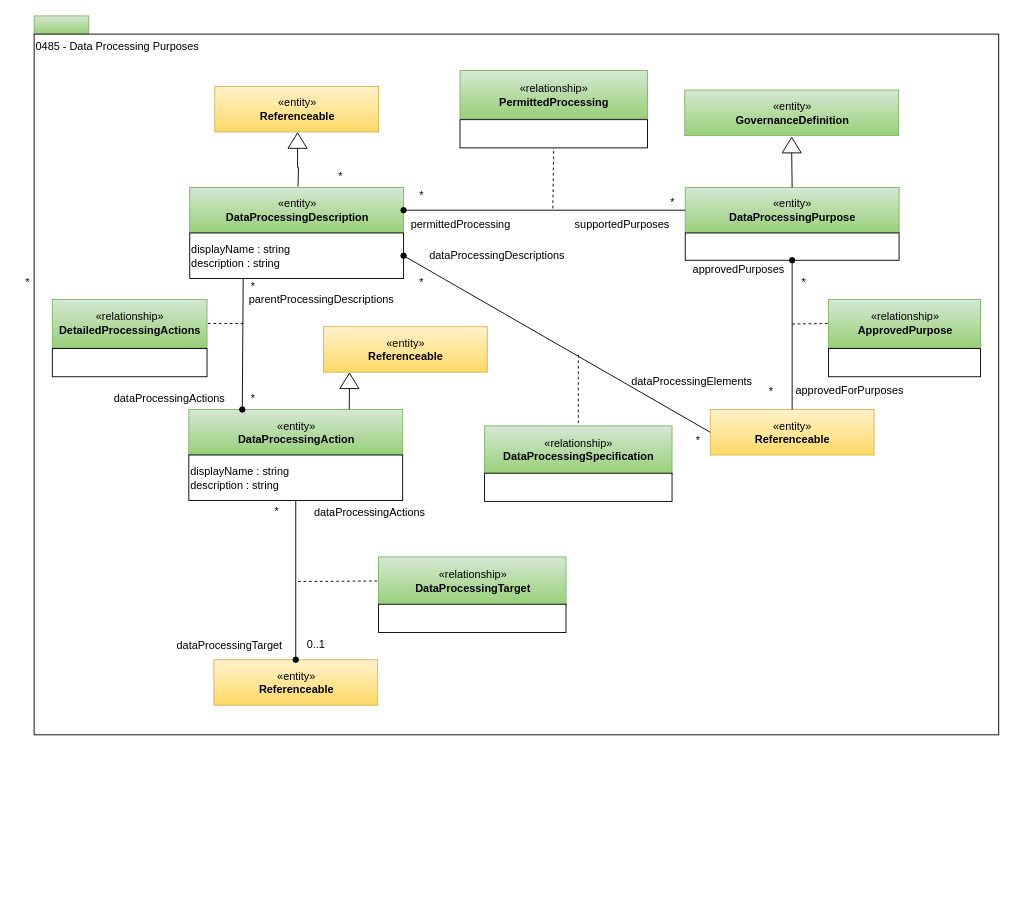
The draw.io diagram page "0485-Data-Processing-Purposes" (32 of 32) of site/docs/types/4/area-4-governance.drawio in odpi/egeria-docs, before the edit. Source tidied: cells renumbered, new cells numbered last; positions are measured from the earlier drawing's top-left corner, leaving out a move shared by most shapes. Both pictures are drawn from the tidied source at 91%, with x=0, y=0 at pixel (15, 15).
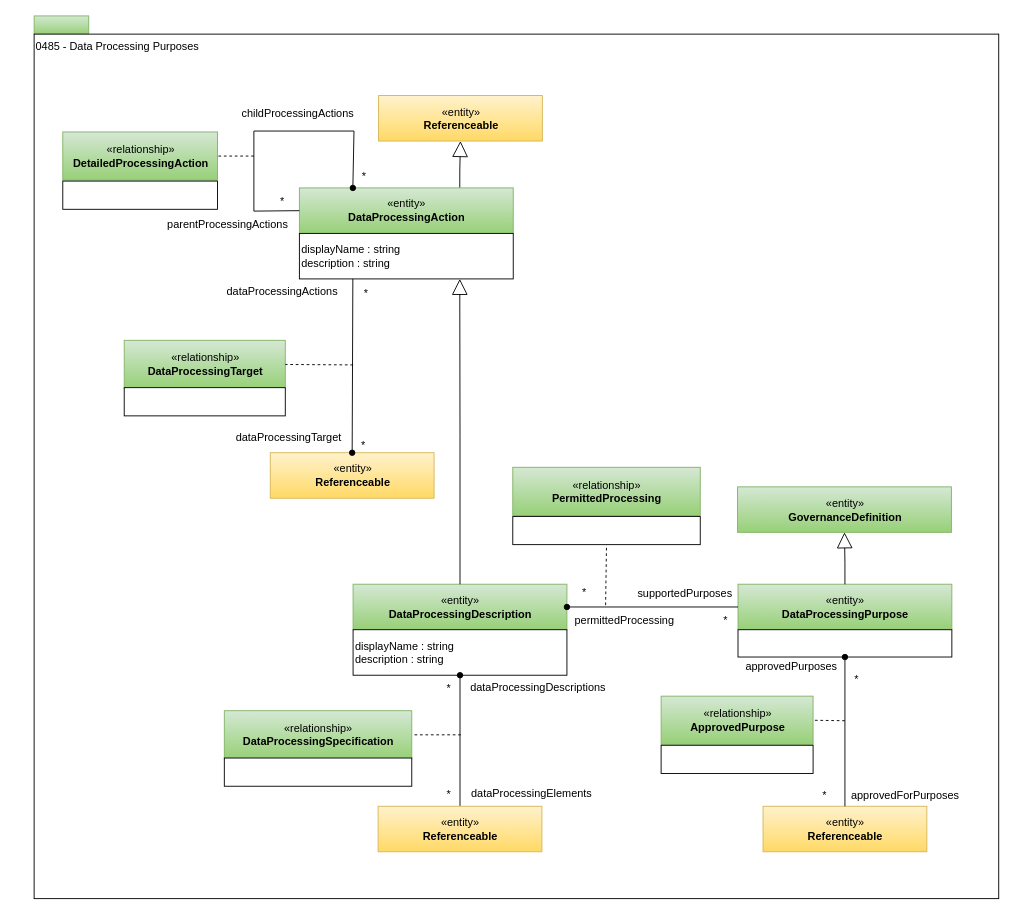
The same page after the edit.

Diff of the diagram source:
```diff
@@
     <mxCell id="3" value="0485 - Data Processing Purposes" style="rounded=0;whiteSpace=wrap;html=1;align=left;verticalAlign=top;" parent="1" vertex="1">
-      <mxGeometry x="20" y="20" width="1060" height="770" as="geometry" />
+      <mxGeometry x="20" y="20" width="1060" height="950" as="geometry" />
     </mxCell>
+    <mxCell id="63" style="edgeStyle=orthogonalEdgeStyle;rounded=0;jettySize=auto;html=1;exitX=0.75;exitY=0;exitDx=0;exitDy=0;entryX=0.5;entryY=1;entryDx=0;entryDy=0;endArrow=block;endFill=0;startSize=6;endSize=15;" parent="1" edge="1" source="4" target="14">
+      <mxGeometry relative="1" as="geometry" />
+    </mxCell>
     <mxCell id="4" value="«entity»&lt;br&gt;&lt;b&gt;DataProcessingAction&lt;/b&gt;" style="html=1;strokeColor=#82b366;align=center;fillColor=#d5e8d4;gradientColor=#97d077;" parent="1" vertex="1">
-      <mxGeometry x="190" y="432.5" width="235" height="50" as="geometry" />
+      <mxGeometry x="311.5" y="189" width="235" height="50" as="geometry" />
     </mxCell>
     <mxCell id="5" value="displayName : string&lt;br&gt;description : string" style="rounded=0;whiteSpace=wrap;html=1;strokeColor=#000000;gradientColor=#ffffff;align=left;" parent="1" vertex="1">
-      <mxGeometry x="190" y="482.5" width="235" height="50" as="geometry" />
+      <mxGeometry x="311.5" y="239" width="235" height="50" as="geometry" />
     </mxCell>
     <mxCell id="6" value="*" style="text;html=1;strokeColor=none;fillColor=none;align=center;verticalAlign=middle;whiteSpace=wrap;rounded=0;" parent="1" vertex="1">
-      <mxGeometry x="737" y="457.5" width="26" height="18" as="geometry" />
+      <mxGeometry x="463" y="846.5" width="26" height="18" as="geometry" />
     </mxCell>
     <mxCell id="7" value="«relationship»&lt;br&gt;&lt;b&gt;DataProcessingSpecification&lt;/b&gt;" style="html=1;strokeColor=#82b366;align=center;fillColor=#d5e8d4;gradientColor=#97d077;" parent="1" vertex="1">
-      <mxGeometry x="515" y="450.5" width="206" height="53" as="geometry" />
+      <mxGeometry x="229" y="763.5" width="206" height="53" as="geometry" />
     </mxCell>
     <mxCell id="8" style="endArrow=none;dashed=1;html=1;" parent="1" edge="1" target="7">
       <mxGeometry relative="1" as="geometry">
-        <mxPoint x="618" y="372.5" as="sourcePoint" />
+        <mxPoint x="489" y="790" as="sourcePoint" />
       </mxGeometry>
     </mxCell>
     <mxCell id="9" style="rounded=0;whiteSpace=wrap;html=1;strokeColor=#000000;gradientColor=#ffffff;align=left;" parent="1" vertex="1">
-      <mxGeometry x="515" y="502.5" width="206" height="31" as="geometry" />
+      <mxGeometry x="229" y="815.5" width="206" height="31" as="geometry" />
     </mxCell>
     <mxCell id="10" value="dataProcessingElements" style="text;html=1;strokeColor=none;fillColor=none;align=center;verticalAlign=middle;whiteSpace=wrap;rounded=0;" parent="1" vertex="1">
-      <mxGeometry x="660" y="391.5" width="166" height="20" as="geometry" />
+      <mxGeometry x="494.8" y="844.5" width="144.2" height="20" as="geometry" />
     </mxCell>
     <mxCell id="11" value="dataProcessingDescriptions" style="text;html=1;strokeColor=none;fillColor=none;align=center;verticalAlign=middle;whiteSpace=wrap;rounded=0;" parent="1" vertex="1">
-      <mxGeometry x="450" y="253.5" width="157.5" height="20" as="geometry" />
+      <mxGeometry x="495" y="727.5" width="157.5" height="20" as="geometry" />
     </mxCell>
     <mxCell id="12" value="*" style="text;html=1;strokeColor=none;fillColor=none;align=center;verticalAlign=middle;whiteSpace=wrap;rounded=0;" parent="1" vertex="1">
-      <mxGeometry x="432.5" y="283.5" width="26" height="18" as="geometry" />
+      <mxGeometry x="463" y="729.5" width="26" height="18" as="geometry" />
     </mxCell>
     <mxCell id="13" value="«entity»&lt;br&gt;&lt;b&gt;Referenceable&lt;/b&gt;" style="html=1;strokeColor=#d6b656;align=center;fillColor=#fff2cc;gradientColor=#ffd966;" parent="1" vertex="1">
-      <mxGeometry x="763" y="432.5" width="180" height="50" as="geometry" />
+      <mxGeometry x="821" y="868.5" width="180" height="50" as="geometry" />
     </mxCell>
     <mxCell id="14" value="«entity»&lt;br&gt;&lt;b&gt;Referenceable&lt;/b&gt;" style="html=1;strokeColor=#d6b656;align=center;fillColor=#fff2cc;gradientColor=#ffd966;" parent="1" vertex="1">
-      <mxGeometry x="338" y="341.5" width="180" height="50" as="geometry" />
+      <mxGeometry x="398.5" y="87.5" width="180" height="50" as="geometry" />
     </mxCell>
     <mxCell id="15" value="«entity»&lt;br&gt;&lt;b&gt;DataProcessingPurpose&lt;/b&gt;" style="html=1;strokeColor=#82b366;align=center;fillColor=#d5e8d4;gradientColor=#97d077;" parent="1" vertex="1">
-      <mxGeometry x="735.5" y="188.5" width="235" height="50" as="geometry" />
+      <mxGeometry x="793.5" y="624.5" width="235" height="50" as="geometry" />
     </mxCell>
     <mxCell id="16" style="rounded=0;whiteSpace=wrap;html=1;strokeColor=#000000;gradientColor=#ffffff;align=left;" parent="1" vertex="1">
-      <mxGeometry x="735.5" y="238.5" width="235" height="30" as="geometry" />
+      <mxGeometry x="793.5" y="674.5" width="235" height="30" as="geometry" />
     </mxCell>
     <mxCell id="17" value="«entity»&lt;br&gt;&lt;b&gt;GovernanceDefinition&lt;/b&gt;" style="html=1;strokeColor=#82b366;align=center;fillColor=#d5e8d4;gradientColor=#97d077;" parent="1" vertex="1">
-      <mxGeometry x="735" y="81.5" width="235" height="50" as="geometry" />
+      <mxGeometry x="793" y="517.5" width="235" height="50" as="geometry" />
     </mxCell>
     <mxCell id="18" value="«entity»&lt;br&gt;&lt;b&gt;Referenceable&lt;/b&gt;" style="html=1;strokeColor=#d6b656;align=center;fillColor=#fff2cc;gradientColor=#ffd966;" parent="1" vertex="1">
-      <mxGeometry x="217.5" y="707.5" width="180" height="50" as="geometry" />
+      <mxGeometry x="279.5" y="480" width="180" height="50" as="geometry" />
     </mxCell>
-    <mxCell id="19" style="triangle;whiteSpace=wrap;html=1;strokeColor=#000000;gradientColor=#ffffff;align=center;rotation=-90;" parent="1" vertex="1">
-      <mxGeometry x="358" y="390.5" width="17" height="21" as="geometry" />
-    </mxCell>
-    <mxCell id="20" style="rounded=0;html=1;exitX=0;exitY=0.5;jettySize=auto;endArrow=none;endFill=0;exitDx=0;exitDy=0;entryX=0.75;entryY=0;entryDx=0;entryDy=0;" parent="1" edge="1" source="19" target="4">
-      <mxGeometry relative="1" as="geometry" />
-    </mxCell>
-    <mxCell id="21" style="triangle;whiteSpace=wrap;html=1;strokeColor=#000000;gradientColor=#ffffff;align=center;rotation=-90;" parent="1" vertex="1">
-      <mxGeometry x="844" y="131.5" width="17" height="21" as="geometry" />
-    </mxCell>
-    <mxCell id="22" style="edgeStyle=orthogonalEdgeStyle;rounded=0;html=1;exitX=0;exitY=0.5;jettySize=auto;endArrow=none;endFill=0;exitDx=0;exitDy=0;entryX=0.5;entryY=0;entryDx=0;entryDy=0;" parent="1" edge="1" source="21" target="15">
-      <mxGeometry relative="1" as="geometry" />
-    </mxCell>
     <mxCell id="23" value="approvedPurposes" style="text;html=1;strokeColor=none;fillColor=none;align=center;verticalAlign=middle;whiteSpace=wrap;rounded=0;" parent="1" vertex="1">
-      <mxGeometry x="728" y="268.5" width="133" height="20" as="geometry" />
+      <mxGeometry x="786" y="704.5" width="133" height="20" as="geometry" />
     </mxCell>
     <mxCell id="24" value="approvedForPurposes" style="text;html=1;strokeColor=none;fillColor=none;align=center;verticalAlign=middle;whiteSpace=wrap;rounded=0;" parent="1" vertex="1">
-      <mxGeometry x="850" y="401.5" width="133" height="20" as="geometry" />
+      <mxGeometry x="911" y="846.5" width="133" height="20" as="geometry" />
     </mxCell>
     <mxCell id="25" value="*" style="text;html=1;strokeColor=none;fillColor=none;align=center;verticalAlign=middle;whiteSpace=wrap;rounded=0;" parent="1" vertex="1">
-      <mxGeometry x="853" y="283.5" width="26" height="18" as="geometry" />
+      <mxGeometry x="911" y="719.5" width="26" height="18" as="geometry" />
     </mxCell>
     <mxCell id="26" value="*" style="text;html=1;strokeColor=none;fillColor=none;align=center;verticalAlign=middle;whiteSpace=wrap;rounded=0;" parent="1" vertex="1">
-      <mxGeometry x="817" y="403.5" width="26" height="18" as="geometry" />
+      <mxGeometry x="876" y="847.5" width="26" height="18" as="geometry" />
     </mxCell>
     <mxCell id="27" value="«relationship»&lt;br&gt;&lt;b&gt;DataProcessingTarget&lt;/b&gt;" style="html=1;strokeColor=#82b366;align=center;fillColor=#d5e8d4;gradientColor=#97d077;" parent="1" vertex="1">
-      <mxGeometry x="398.5" y="594.5" width="206" height="53" as="geometry" />
+      <mxGeometry x="119" y="356.5" width="177" height="53" as="geometry" />
     </mxCell>
-    <mxCell id="28" style="endArrow=none;dashed=1;html=1;entryX=0;entryY=0.5;entryDx=0;entryDy=0;" parent="1" edge="1" target="27">
+    <mxCell id="28" style="endArrow=none;dashed=1;html=1;entryX=1;entryY=0.5;entryDx=0;entryDy=0;" parent="1" edge="1" target="27">
       <mxGeometry relative="1" as="geometry">
-        <mxPoint x="310" y="621.5" as="sourcePoint" />
+        <mxPoint x="370.5" y="383.5" as="sourcePoint" />
       </mxGeometry>
     </mxCell>
     <mxCell id="29" style="rounded=0;whiteSpace=wrap;html=1;strokeColor=#000000;gradientColor=#ffffff;align=left;" parent="1" vertex="1">
-      <mxGeometry x="398.5" y="646.5" width="206" height="31" as="geometry" />
+      <mxGeometry x="119" y="408.5" width="177" height="31" as="geometry" />
     </mxCell>
     <mxCell id="30" value="«relationship»&lt;br&gt;&lt;b&gt;ApprovedPurpose&lt;/b&gt;" style="html=1;strokeColor=#82b366;align=center;fillColor=#d5e8d4;gradientColor=#97d077;" parent="1" vertex="1">
-      <mxGeometry x="893" y="311.5" width="167" height="53" as="geometry" />
+      <mxGeometry x="709" y="747.5" width="167" height="53" as="geometry" />
     </mxCell>
-    <mxCell id="31" style="endArrow=none;dashed=1;html=1;entryX=0;entryY=0.5;entryDx=0;entryDy=0;" parent="1" edge="1" target="30">
+    <mxCell id="31" style="endArrow=none;dashed=1;html=1;entryX=1;entryY=0.5;entryDx=0;entryDy=0;" parent="1" edge="1" target="30">
       <mxGeometry relative="1" as="geometry">
-        <mxPoint x="853" y="338.5" as="sourcePoint" />
+        <mxPoint x="911" y="774.5" as="sourcePoint" />
       </mxGeometry>
     </mxCell>
     <mxCell id="32" style="rounded=0;whiteSpace=wrap;html=1;strokeColor=#000000;gradientColor=#ffffff;align=left;" parent="1" vertex="1">
-      <mxGeometry x="893" y="365.5" width="167" height="31" as="geometry" />
+      <mxGeometry x="709" y="801.5" width="167" height="31" as="geometry" />
     </mxCell>
-    <mxCell id="33" value="dataProcessingActions" style="text;html=1;strokeColor=none;fillColor=none;align=center;verticalAlign=middle;whiteSpace=wrap;rounded=0;" parent="1" vertex="1">
-      <mxGeometry x="310" y="536" width="157.5" height="20" as="geometry" />
+    <mxCell id="33" value="parentProcessingActions" style="text;html=1;strokeColor=none;fillColor=none;align=center;verticalAlign=middle;whiteSpace=wrap;rounded=0;" parent="1" vertex="1">
+      <mxGeometry x="160" y="219" width="145.5" height="20" as="geometry" />
     </mxCell>
     <mxCell id="34" value="dataProcessingTarget" style="text;html=1;strokeColor=none;fillColor=none;align=center;verticalAlign=middle;whiteSpace=wrap;rounded=0;" parent="1" vertex="1">
-      <mxGeometry x="170" y="681.5" width="130" height="20" as="geometry" />
+      <mxGeometry x="235.2" y="454" width="130" height="20" as="geometry" />
     </mxCell>
     <mxCell id="35" value="*" style="text;html=1;strokeColor=none;fillColor=none;align=center;verticalAlign=middle;whiteSpace=wrap;rounded=0;" parent="1" vertex="1">
-      <mxGeometry x="709" y="195.5" width="26" height="18" as="geometry" />
+      <mxGeometry x="767" y="655.5" width="26" height="18" as="geometry" />
     </mxCell>
     <mxCell id="36" value="«relationship»&lt;br&gt;&lt;b&gt;PermittedProcessing&lt;/b&gt;" style="html=1;strokeColor=#82b366;align=center;fillColor=#d5e8d4;gradientColor=#97d077;" parent="1" vertex="1">
-      <mxGeometry x="488" y="60" width="206" height="53" as="geometry" />
+      <mxGeometry x="546" y="496" width="206" height="53" as="geometry" />
     </mxCell>
     <mxCell id="37" style="endArrow=none;dashed=1;html=1;entryX=0.5;entryY=1;entryDx=0;entryDy=0;" parent="1" edge="1" target="38">
       <mxGeometry relative="1" as="geometry">
-        <mxPoint x="590" y="211.5" as="sourcePoint" />
+        <mxPoint x="648" y="647.5" as="sourcePoint" />
       </mxGeometry>
     </mxCell>
     <mxCell id="38" style="rounded=0;whiteSpace=wrap;html=1;strokeColor=#000000;gradientColor=#ffffff;align=left;" parent="1" vertex="1">
-      <mxGeometry x="488" y="114" width="206" height="31" as="geometry" />
+      <mxGeometry x="546" y="550" width="206" height="31" as="geometry" />
     </mxCell>
     <mxCell id="39" value="supportedPurposes" style="text;html=1;strokeColor=none;fillColor=none;align=center;verticalAlign=middle;whiteSpace=wrap;rounded=0;" parent="1" vertex="1">
-      <mxGeometry x="600" y="218.5" width="133" height="20" as="geometry" />
+      <mxGeometry x="669" y="624.5" width="133" height="20" as="geometry" />
     </mxCell>
     <mxCell id="40" value="*" style="text;html=1;strokeColor=none;fillColor=none;align=center;verticalAlign=middle;whiteSpace=wrap;rounded=0;" parent="1" vertex="1">
-      <mxGeometry x="432.5" y="188.5" width="26" height="18" as="geometry" />
+      <mxGeometry x="612" y="624.5" width="26" height="18" as="geometry" />
     </mxCell>
-    <mxCell id="41" value="0..1" style="text;html=1;strokeColor=none;fillColor=none;align=center;verticalAlign=middle;whiteSpace=wrap;rounded=0;" parent="1" vertex="1">
-      <mxGeometry x="317" y="681.5" width="26" height="18" as="geometry" />
+    <mxCell id="41" value="*" style="text;html=1;strokeColor=none;fillColor=none;align=center;verticalAlign=middle;whiteSpace=wrap;rounded=0;" parent="1" vertex="1">
+      <mxGeometry x="368.5" y="463" width="26" height="18" as="geometry" />
     </mxCell>
     <mxCell id="42" value="*" style="text;html=1;strokeColor=none;fillColor=none;align=center;verticalAlign=middle;whiteSpace=wrap;rounded=0;" parent="1" vertex="1">
-      <mxGeometry x="274" y="536" width="26" height="18" as="geometry" />
+      <mxGeometry x="371.5" y="295.5" width="26" height="18" as="geometry" />
     </mxCell>
     <mxCell id="43" value="permittedProcessing" style="text;html=1;strokeColor=none;fillColor=none;align=center;verticalAlign=middle;whiteSpace=wrap;rounded=0;" parent="1" vertex="1">
-      <mxGeometry x="410" y="218.5" width="157.5" height="20" as="geometry" />
+      <mxGeometry x="589.5" y="654.5" width="157.5" height="20" as="geometry" />
     </mxCell>
     <mxCell id="44" value="«entity»&lt;br&gt;&lt;b&gt;DataProcessingDescription&lt;/b&gt;" style="html=1;strokeColor=#82b366;align=center;fillColor=#d5e8d4;gradientColor=#97d077;" parent="1" vertex="1">
-      <mxGeometry x="191" y="188.5" width="235" height="50" as="geometry" />
+      <mxGeometry x="370.5" y="624.5" width="235" height="50" as="geometry" />
     </mxCell>
-    <mxCell id="45" style="edgeStyle=none;rounded=0;jettySize=auto;html=1;exitX=0.25;exitY=1;exitDx=0;exitDy=0;entryX=0.25;entryY=0;entryDx=0;entryDy=0;endArrow=oval;endFill=1;" parent="1" edge="1" source="46" target="4">
-      <mxGeometry relative="1" as="geometry" />
+    <mxCell id="45" style="edgeStyle=none;rounded=0;orthogonalLoop=1;jettySize=auto;html=1;exitX=0;exitY=0.5;exitDx=0;exitDy=0;entryX=0.25;entryY=0;entryDx=0;entryDy=0;endArrow=oval;endFill=1;" parent="1" edge="1" source="4" target="4">
+      <mxGeometry relative="1" as="geometry">
+        <Array as="points">
+          <mxPoint x="261.5" y="214.5" />
+          <mxPoint x="261.5" y="126.5" />
+          <mxPoint x="371.5" y="126.5" />
+        </Array>
+      </mxGeometry>
     </mxCell>
     <mxCell id="46" value="displayName : string&lt;br&gt;description : string" style="rounded=0;whiteSpace=wrap;html=1;strokeColor=#000000;gradientColor=#ffffff;align=left;" parent="1" vertex="1">
-      <mxGeometry x="191" y="238.5" width="235" height="50" as="geometry" />
+      <mxGeometry x="370.5" y="674.5" width="235" height="50" as="geometry" />
     </mxCell>
-    <mxCell id="47" value="«entity»&lt;br&gt;&lt;b&gt;Referenceable&lt;/b&gt;" style="html=1;strokeColor=#d6b656;align=center;fillColor=#fff2cc;gradientColor=#ffd966;" parent="1" vertex="1">
-      <mxGeometry x="218.5" y="77.5" width="180" height="50" as="geometry" />
-    </mxCell>
-    <mxCell id="48" style="triangle;whiteSpace=wrap;html=1;strokeColor=#000000;gradientColor=#ffffff;align=center;rotation=-90;" parent="1" vertex="1">
-      <mxGeometry x="301" y="126.5" width="17" height="21" as="geometry" />
-    </mxCell>
-    <mxCell id="49" style="edgeStyle=orthogonalEdgeStyle;rounded=0;html=1;exitX=0;exitY=0.5;jettySize=auto;endArrow=none;endFill=0;exitDx=0;exitDy=0;" parent="1" edge="1" source="48">
-      <mxGeometry relative="1" as="geometry">
-        <mxPoint x="310" y="187.5" as="targetPoint" />
-      </mxGeometry>
-    </mxCell>
     <mxCell id="50" value="*" style="text;html=1;strokeColor=none;fillColor=none;align=center;verticalAlign=middle;whiteSpace=wrap;rounded=0;" parent="1" vertex="1">
-      <mxGeometry x="344" y="167.5" width="26" height="18" as="geometry" />
+      <mxGeometry x="279.5" y="194.5" width="26" height="18" as="geometry" />
     </mxCell>
-    <mxCell id="51" value="*" style="text;html=1;strokeColor=none;fillColor=none;align=center;verticalAlign=middle;whiteSpace=wrap;rounded=0;" parent="1" vertex="1">
-      <mxGeometry y="283.5" width="26" height="18" as="geometry" />
-    </mxCell>
-    <mxCell id="52" value="«relationship»&lt;br&gt;&lt;b&gt;DetailedProcessingActions&lt;/b&gt;" style="html=1;strokeColor=#82b366;align=center;fillColor=#d5e8d4;gradientColor=#97d077;" parent="1" vertex="1">
-      <mxGeometry x="40" y="311.5" width="170" height="53" as="geometry" />
+    <mxCell id="52" value="«relationship»&lt;br&gt;&lt;b&gt;DetailedProcessingAction&lt;/b&gt;" style="html=1;strokeColor=#82b366;align=center;fillColor=#d5e8d4;gradientColor=#97d077;" parent="1" vertex="1">
+      <mxGeometry x="51.5" y="127.5" width="170" height="53" as="geometry" />
     </mxCell>
     <mxCell id="53" style="endArrow=none;dashed=1;html=1;" parent="1" edge="1">
       <mxGeometry relative="1" as="geometry">
-        <mxPoint x="250" y="338" as="sourcePoint" />
-        <mxPoint x="210" y="338" as="targetPoint" />
+        <mxPoint x="261.5" y="154" as="sourcePoint" />
+        <mxPoint x="221.5" y="154" as="targetPoint" />
       </mxGeometry>
     </mxCell>
     <mxCell id="54" style="rounded=0;whiteSpace=wrap;html=1;strokeColor=#000000;gradientColor=#ffffff;align=left;" parent="1" vertex="1">
-      <mxGeometry x="40" y="365.5" width="170" height="31" as="geometry" />
+      <mxGeometry x="51.5" y="181.5" width="170" height="31" as="geometry" />
     </mxCell>
     <mxCell id="55" value="*" style="text;html=1;strokeColor=none;fillColor=none;align=center;verticalAlign=middle;whiteSpace=wrap;rounded=0;" parent="1" vertex="1">
-      <mxGeometry x="248" y="411.5" width="26" height="18" as="geometry" />
+      <mxGeometry x="369.5" y="168" width="26" height="18" as="geometry" />
     </mxCell>
-    <mxCell id="56" value="*" style="text;html=1;strokeColor=none;fillColor=none;align=center;verticalAlign=middle;whiteSpace=wrap;rounded=0;" parent="1" vertex="1">
-      <mxGeometry x="248" y="288.5" width="26" height="18" as="geometry" />
-    </mxCell>
-    <mxCell id="57" value="dataProcessingActions" style="text;html=1;strokeColor=none;fillColor=none;align=center;verticalAlign=middle;whiteSpace=wrap;rounded=0;" parent="1" vertex="1">
-      <mxGeometry x="100" y="410.5" width="137.5" height="20" as="geometry" />
+    <mxCell id="57" value="childProcessingActions" style="text;html=1;strokeColor=none;fillColor=none;align=center;verticalAlign=middle;whiteSpace=wrap;rounded=0;" parent="1" vertex="1">
+      <mxGeometry x="240.5" y="97.5" width="137.5" height="20" as="geometry" />
     </mxCell>
-    <mxCell id="58" value="parentProcessingDescriptions" style="text;html=1;strokeColor=none;fillColor=none;align=center;verticalAlign=middle;whiteSpace=wrap;rounded=0;" parent="1" vertex="1">
-      <mxGeometry x="256.5" y="301.5" width="157.5" height="20" as="geometry" />
+    <mxCell id="58" value="dataProcessingActions" style="text;html=1;strokeColor=none;fillColor=none;align=center;verticalAlign=middle;whiteSpace=wrap;rounded=0;" parent="1" vertex="1">
+      <mxGeometry x="213.8" y="293" width="157.5" height="20" as="geometry" />
     </mxCell>
@@
-    <mxCell id="60" style="rounded=0;html=1;entryX=0;entryY=0.5;jettySize=auto;endArrow=none;endFill=0;exitX=1;exitY=0.5;exitDx=0;exitDy=0;startArrow=oval;startFill=1;" parent="1" edge="1" source="46">
-      <mxGeometry relative="1" as="geometry">
-        <mxPoint x="763" y="457.5" as="targetPoint" />
-      </mxGeometry>
+    <mxCell id="60" style="rounded=0;html=1;jettySize=auto;endArrow=none;endFill=0;exitX=0.5;exitY=1;exitDx=0;exitDy=0;startArrow=oval;startFill=1;" parent="1" edge="1" source="46" target="47">
+      <mxGeometry relative="1" as="geometry" />
     </mxCell>
@@
-    <mxCell id="62" style="edgeStyle=none;rounded=0;jettySize=auto;html=1;exitX=0.5;exitY=1;exitDx=0;exitDy=0;entryX=0.5;entryY=0;entryDx=0;entryDy=0;endArrow=oval;endFill=1;" parent="1" edge="1" source="5" target="18">
+    <mxCell id="62" style="edgeStyle=none;rounded=0;jettySize=auto;html=1;exitX=0.25;exitY=1;exitDx=0;exitDy=0;entryX=0.5;entryY=0;entryDx=0;entryDy=0;endArrow=oval;endFill=1;" parent="1" edge="1" source="5" target="18">
       <mxGeometry relative="1" as="geometry" />
     </mxCell>
+    <mxCell id="64" style="edgeStyle=orthogonalEdgeStyle;rounded=0;jettySize=auto;html=1;exitX=0.5;exitY=0;exitDx=0;exitDy=0;entryX=0.75;entryY=1;entryDx=0;entryDy=0;endArrow=block;endFill=0;startSize=6;endSize=15;" parent="1" edge="1" source="44" target="5">
+      <mxGeometry relative="1" as="geometry" />
+    </mxCell>
+    <mxCell id="47" value="«entity»&lt;br&gt;&lt;b&gt;Referenceable&lt;/b&gt;" style="html=1;strokeColor=#d6b656;align=center;fillColor=#fff2cc;gradientColor=#ffd966;" parent="1" vertex="1">
+      <mxGeometry x="398" y="868.5" width="180" height="50" as="geometry" />
+    </mxCell>
+    <mxCell id="65" style="edgeStyle=orthogonalEdgeStyle;rounded=0;jettySize=auto;html=1;exitX=0.5;exitY=0;exitDx=0;exitDy=0;entryX=0.5;entryY=1;entryDx=0;entryDy=0;endArrow=block;endFill=0;startSize=6;endSize=15;" parent="1" edge="1" source="15" target="17">
+      <mxGeometry relative="1" as="geometry" />
+    </mxCell>
```
